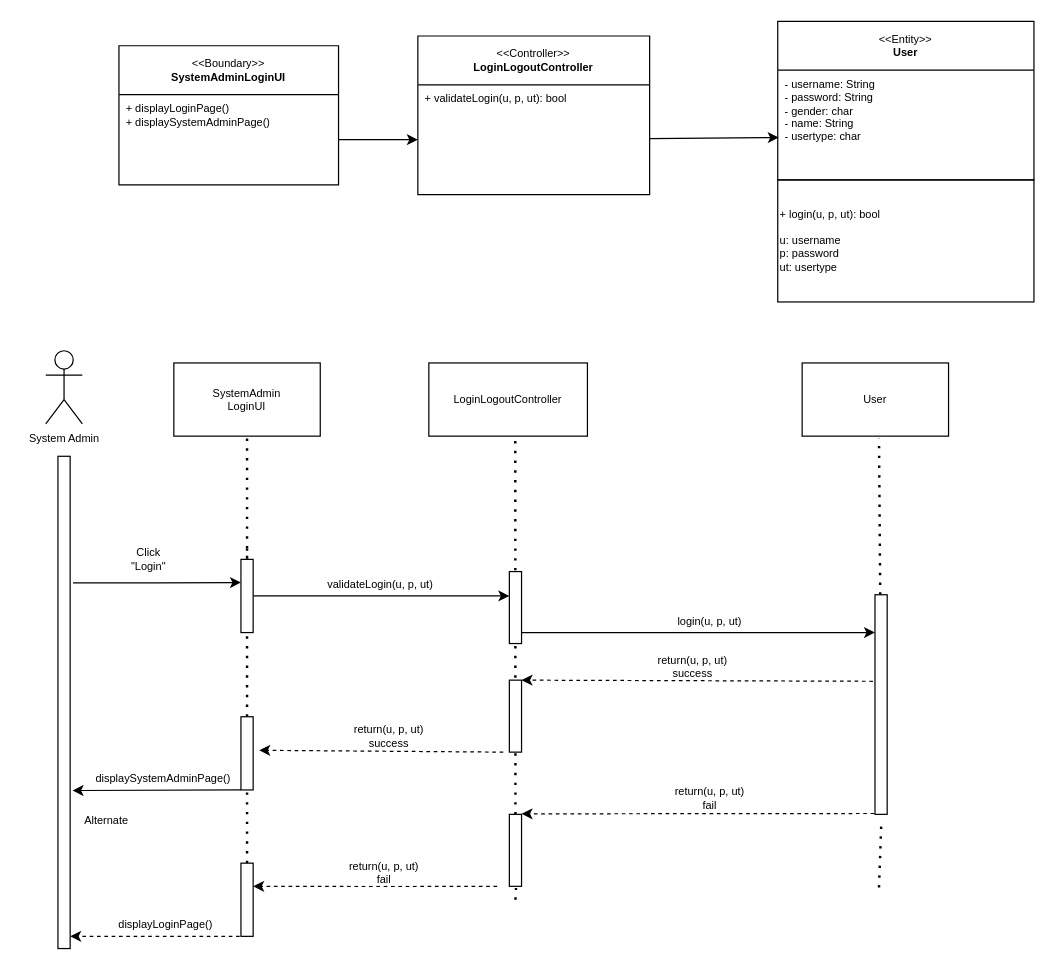
Above: page "SystemAdminLogin" (1 of 8) of BCE.drawio in junrenx/Diagrams (draw.io), before the change. Source tidied: cells renumbered, new cells numbered last; positions are measured from the earlier drawing's top-left corner, leaving out a move shared by most shapes. Both pictures are drawn from the tidied source at 122%, with x=0, y=0 at pixel (45, 21).
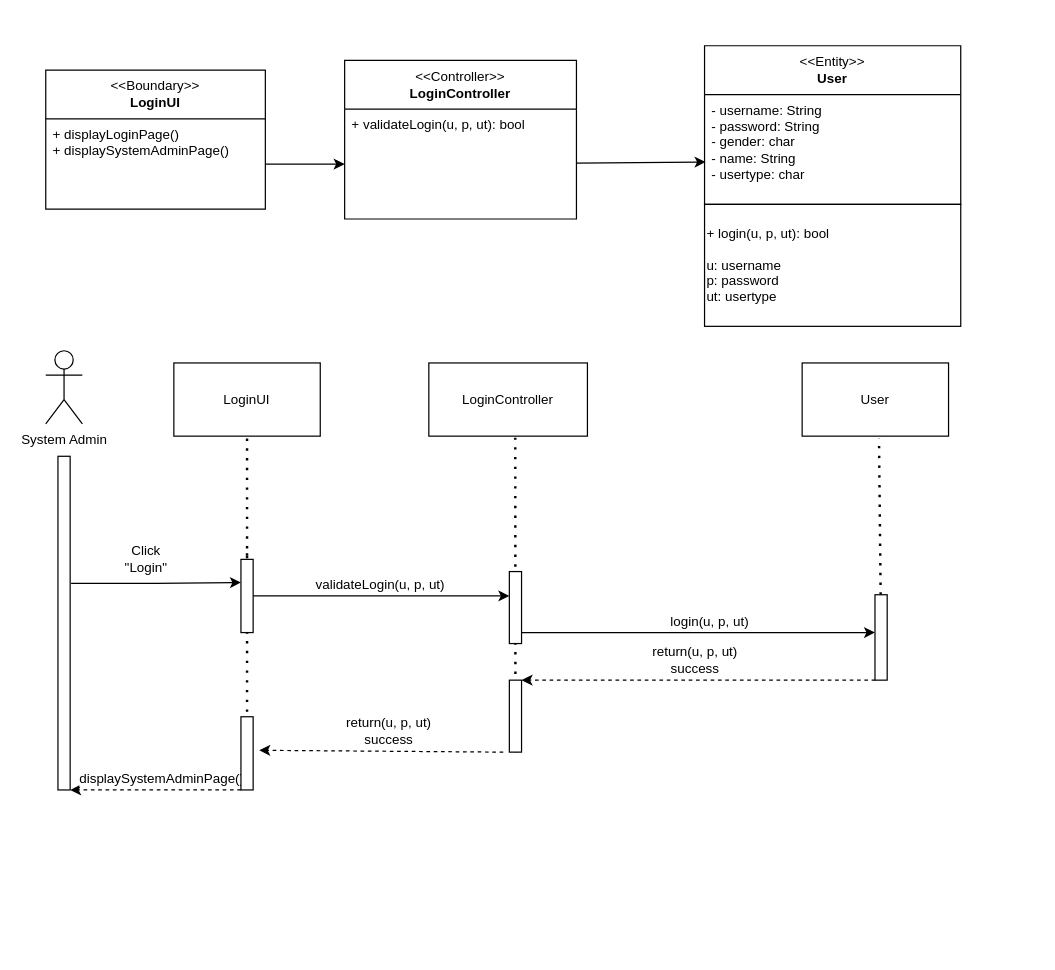
The same page after the edit.

The edit, as a diff of the source:
```diff
@@
-    <mxCell id="2" style="rounded=0;whiteSpace=wrap;html=1;dashed=1;strokeColor=#FFFFFF;fontSize=9;" parent="1" vertex="1">
-      <mxGeometry x="10" y="640" width="680" height="110" as="geometry" />
-    </mxCell>
-    <mxCell id="3" style="endArrow=none;dashed=1;html=1;dashPattern=1 3;strokeWidth=2;rounded=0;fontSize=9;" parent="1" edge="1" source="39">
+    <mxCell id="3" style="endArrow=none;dashed=1;html=1;dashPattern=1 3;strokeWidth=2;rounded=0;fontSize=11;exitX=0.5;exitY=1;exitDx=0;exitDy=0;" parent="1" edge="1" source="33">
       <mxGeometry relative="1" as="geometry">
         <mxPoint x="165" y="430" as="targetPoint" />
       </mxGeometry>
     </mxCell>
-    <mxCell id="4" style="endArrow=none;dashed=1;html=1;dashPattern=1 3;strokeWidth=2;rounded=0;entryX=0.525;entryY=1.03;entryDx=0;entryDy=0;entryPerimeter=0;fontSize=9;" parent="1" edge="1" source="41" target="27">
+    <mxCell id="4" style="endArrow=none;dashed=1;html=1;dashPattern=1 3;strokeWidth=2;rounded=0;entryX=0.525;entryY=1.03;entryDx=0;entryDy=0;entryPerimeter=0;fontSize=11;" parent="1" edge="1" source="41" target="27">
       <mxGeometry relative="1" as="geometry" />
     </mxCell>
-    <mxCell id="5" style="endArrow=none;dashed=1;html=1;dashPattern=1 3;strokeWidth=2;rounded=0;entryX=0.545;entryY=1.023;entryDx=0;entryDy=0;entryPerimeter=0;fontSize=9;" parent="1" edge="1" source="47" target="26">
+    <mxCell id="5" style="endArrow=none;dashed=1;html=1;dashPattern=1 3;strokeWidth=2;rounded=0;entryX=0.545;entryY=1.023;entryDx=0;entryDy=0;entryPerimeter=0;fontSize=11;exitX=0.5;exitY=1;exitDx=0;exitDy=0;" parent="1" edge="1" source="43" target="26">
       <mxGeometry relative="1" as="geometry" />
     </mxCell>
-    <mxCell id="6" style="endArrow=none;dashed=1;html=1;dashPattern=1 3;strokeWidth=2;rounded=0;fontSize=9;" parent="1" edge="1" target="25">
+    <mxCell id="6" style="endArrow=none;dashed=1;html=1;dashPattern=1 3;strokeWidth=2;rounded=0;fontSize=11;" parent="1" edge="1" target="25">
       <mxGeometry relative="1" as="geometry">
         <mxPoint x="165" y="440" as="sourcePoint" />
       </mxGeometry>
     </mxCell>
-    <mxCell id="7" value="&amp;lt;&amp;lt;Boundary&amp;gt;&amp;gt;&lt;br style=&quot;font-size: 9px;&quot;&gt;&lt;b style=&quot;font-size: 9px;&quot;&gt;SystemAdminLoginUI&lt;/b&gt;" style="swimlane;fontStyle=0;horizontal=1;startSize=40;fillColor=none;whiteSpace=wrap;html=1;fontSize=9;" parent="1" vertex="1">
-      <mxGeometry x="60" y="20" width="180" height="114" as="geometry" />
+    <mxCell id="7" value="&amp;lt;&amp;lt;Boundary&amp;gt;&amp;gt;&lt;br style=&quot;font-size: 11px;&quot;&gt;&lt;b style=&quot;font-size: 11px;&quot;&gt;LoginUI&lt;/b&gt;" style="swimlane;fontStyle=0;horizontal=1;startSize=40;fillColor=none;whiteSpace=wrap;html=1;fontSize=11;" parent="1" vertex="1">
+      <mxGeometry y="40" width="180" height="114" as="geometry" />
     </mxCell>
-    <mxCell id="8" value="+ displayLoginPage()&lt;br style=&quot;font-size: 9px;&quot;&gt;+ displaySystemAdminPage()" style="text;strokeColor=none;fillColor=none;align=left;verticalAlign=top;spacingLeft=4;spacingRight=4;overflow=hidden;points=[[0,0.5],[1,0.5]];portConstraint=eastwest;whiteSpace=wrap;html=1;fontSize=9;" parent="7" vertex="1">
+    <mxCell id="8" value="+ displayLoginPage()&lt;br style=&quot;font-size: 11px;&quot;&gt;+ displaySystemAdminPage()" style="text;strokeColor=none;fillColor=none;align=left;verticalAlign=top;spacingLeft=4;spacingRight=4;overflow=hidden;points=[[0,0.5],[1,0.5]];portConstraint=eastwest;whiteSpace=wrap;html=1;fontSize=11;" parent="7" vertex="1">
       <mxGeometry y="40" width="180" height="74" as="geometry" />
     </mxCell>
-    <mxCell id="9" value="&amp;lt;&amp;lt;Controller&amp;gt;&amp;gt;&lt;br style=&quot;font-size: 9px;&quot;&gt;&lt;b style=&quot;font-size: 9px;&quot;&gt;LoginLogoutController&lt;/b&gt;" style="swimlane;fontStyle=0;horizontal=1;startSize=40;fillColor=none;whiteSpace=wrap;html=1;fontSize=9;" parent="1" vertex="1">
-      <mxGeometry x="305" y="12" width="190" height="130" as="geometry" />
+    <mxCell id="9" value="&amp;lt;&amp;lt;Controller&amp;gt;&amp;gt;&lt;br style=&quot;font-size: 11px;&quot;&gt;&lt;b style=&quot;font-size: 11px;&quot;&gt;LoginController&lt;/b&gt;" style="swimlane;fontStyle=0;horizontal=1;startSize=40;fillColor=none;whiteSpace=wrap;html=1;fontSize=11;" parent="1" vertex="1">
+      <mxGeometry x="245" y="32" width="190" height="130" as="geometry" />
     </mxCell>
-    <mxCell id="10" value="+ validateLogin(u, p, ut): bool&lt;br style=&quot;font-size: 9px;&quot;&gt;" style="text;strokeColor=none;fillColor=none;align=left;verticalAlign=top;spacingLeft=4;spacingRight=4;overflow=hidden;points=[[0,0.5],[1,0.5]];portConstraint=eastwest;whiteSpace=wrap;html=1;fontSize=9;" parent="9" vertex="1">
+    <mxCell id="10" value="+ validateLogin(u, p, ut): bool&lt;br style=&quot;font-size: 11px;&quot;&gt;" style="text;strokeColor=none;fillColor=none;align=left;verticalAlign=top;spacingLeft=4;spacingRight=4;overflow=hidden;points=[[0,0.5],[1,0.5]];portConstraint=eastwest;whiteSpace=wrap;html=1;fontSize=11;" parent="9" vertex="1">
       <mxGeometry y="40" width="190" height="90" as="geometry" />
     </mxCell>
-    <mxCell id="11" style="endArrow=classic;html=1;rounded=0;entryX=0;entryY=0.5;entryDx=0;entryDy=0;fontSize=9;" parent="1" edge="1" source="8" target="10">
+    <mxCell id="11" style="endArrow=classic;html=1;rounded=0;entryX=0;entryY=0.5;entryDx=0;entryDy=0;fontSize=11;" parent="1" edge="1" source="8" target="10">
       <mxGeometry relative="1" as="geometry" />
     </mxCell>
-    <mxCell id="12" style="endArrow=classic;html=1;rounded=0;entryX=0.004;entryY=0.614;entryDx=0;entryDy=0;entryPerimeter=0;fontSize=9;" parent="1" edge="1" source="10" target="15">
+    <mxCell id="12" style="endArrow=classic;html=1;rounded=0;entryX=0.004;entryY=0.614;entryDx=0;entryDy=0;entryPerimeter=0;fontSize=11;" parent="1" edge="1" source="10" target="15">
       <mxGeometry relative="1" as="geometry" />
     </mxCell>
-    <mxCell id="13" value="+ login(u, p, ut): bool&lt;br style=&quot;font-size: 9px;&quot;&gt;&lt;br style=&quot;border-color: var(--border-color); font-size: 9px;&quot;&gt;u: username&lt;br style=&quot;border-color: var(--border-color); font-size: 9px;&quot;&gt;p: password&lt;br style=&quot;border-color: var(--border-color); font-size: 9px;&quot;&gt;ut: usertype" style="rounded=0;whiteSpace=wrap;html=1;fillStyle=auto;fillColor=none;align=left;fontSize=9;" parent="1" vertex="1">
-      <mxGeometry x="600" y="130" width="210" height="100" as="geometry" />
+    <mxCell id="13" value="+ login(u, p, ut): bool&lt;br style=&quot;font-size: 11px;&quot;&gt;&lt;br style=&quot;border-color: var(--border-color); font-size: 11px;&quot;&gt;u: username&lt;br style=&quot;border-color: var(--border-color); font-size: 11px;&quot;&gt;p: password&lt;br style=&quot;border-color: var(--border-color); font-size: 11px;&quot;&gt;ut: usertype" style="rounded=0;whiteSpace=wrap;html=1;fillStyle=auto;fillColor=none;align=left;fontSize=11;" parent="1" vertex="1">
+      <mxGeometry x="540" y="150" width="210" height="100" as="geometry" />
     </mxCell>
-    <mxCell id="14" value="&amp;lt;&amp;lt;Entity&amp;gt;&amp;gt;&lt;b style=&quot;font-size: 9px;&quot;&gt;&lt;br style=&quot;font-size: 9px;&quot;&gt;User&lt;br style=&quot;font-size: 9px;&quot;&gt;&lt;/b&gt;" style="swimlane;fontStyle=0;horizontal=1;startSize=40;fillColor=none;whiteSpace=wrap;html=1;fontSize=9;" parent="1" vertex="1">
-      <mxGeometry x="600" width="210" height="130" as="geometry" />
+    <mxCell id="14" value="&amp;lt;&amp;lt;Entity&amp;gt;&amp;gt;&lt;b style=&quot;font-size: 11px;&quot;&gt;&lt;br style=&quot;font-size: 11px;&quot;&gt;User&lt;br style=&quot;font-size: 11px;&quot;&gt;&lt;/b&gt;" style="swimlane;fontStyle=0;horizontal=1;startSize=40;fillColor=none;whiteSpace=wrap;html=1;fontSize=11;" parent="1" vertex="1">
+      <mxGeometry x="540" y="20" width="210" height="130" as="geometry" />
     </mxCell>
-    <mxCell id="15" value="- username: String&lt;br style=&quot;font-size: 9px;&quot;&gt;- password: String&lt;br style=&quot;font-size: 9px;&quot;&gt;- gender: char&lt;br style=&quot;font-size: 9px;&quot;&gt;- name: String&lt;br style=&quot;font-size: 9px;&quot;&gt;- usertype: char" style="text;strokeColor=none;fillColor=none;align=left;verticalAlign=top;spacingLeft=4;spacingRight=4;overflow=hidden;points=[[0,0.5],[1,0.5]];portConstraint=eastwest;whiteSpace=wrap;html=1;fontSize=9;" parent="14" vertex="1">
+    <mxCell id="15" value="- username: String&lt;br style=&quot;font-size: 11px;&quot;&gt;- password: String&lt;br style=&quot;font-size: 11px;&quot;&gt;- gender: char&lt;br style=&quot;font-size: 11px;&quot;&gt;- name: String&lt;br style=&quot;font-size: 11px;&quot;&gt;- usertype: char" style="text;strokeColor=none;fillColor=none;align=left;verticalAlign=top;spacingLeft=4;spacingRight=4;overflow=hidden;points=[[0,0.5],[1,0.5]];portConstraint=eastwest;whiteSpace=wrap;html=1;fontSize=11;" parent="14" vertex="1">
       <mxGeometry y="40" width="210" height="90" as="geometry" />
     </mxCell>
-    <mxCell id="16" style="edgeStyle=orthogonalEdgeStyle;rounded=0;jettySize=auto;html=1;exitX=1.235;exitY=0.257;exitDx=0;exitDy=0;exitPerimeter=0;fontSize=9;" parent="1" edge="1" source="42">
+    <mxCell id="16" style="edgeStyle=orthogonalEdgeStyle;rounded=0;jettySize=auto;html=1;exitX=1.076;exitY=0.381;exitDx=0;exitDy=0;exitPerimeter=0;fontSize=11;" parent="1" edge="1" source="42">
       <mxGeometry relative="1" as="geometry">
         <mxPoint x="160" y="460" as="targetPoint" />
       </mxGeometry>
     </mxCell>
-    <mxCell id="17" value="Click&lt;br style=&quot;font-size: 9px;&quot;&gt;&quot;Login&quot;" style="edgeLabel;html=1;align=center;verticalAlign=middle;fontSize=9;" parent="16" vertex="1">
+    <mxCell id="17" value="Click&lt;br style=&quot;font-size: 11px;&quot;&gt;&quot;Login&quot;" style="edgeLabel;html=1;align=center;verticalAlign=middle;fontSize=11;" parent="16" vertex="1">
       <mxGeometry x="-0.12" relative="1" as="geometry">
         <mxPoint y="-20" as="offset" />
       </mxGeometry>
     </mxCell>
-    <mxCell id="18" value="System Admin" style="shape=umlActor;verticalLabelPosition=bottom;verticalAlign=top;html=1;fontSize=9;" parent="1" vertex="1">
+    <mxCell id="18" value="System Admin" style="shape=umlActor;verticalLabelPosition=bottom;verticalAlign=top;html=1;fontSize=11;" parent="1" vertex="1">
       <mxGeometry y="270" width="30" height="60" as="geometry" />
     </mxCell>
-    <mxCell id="19" style="edgeStyle=orthogonalEdgeStyle;rounded=0;jettySize=auto;html=1;fontSize=9;" parent="1" edge="1" source="21" target="24">
+    <mxCell id="19" style="edgeStyle=orthogonalEdgeStyle;rounded=0;jettySize=auto;html=1;fontSize=11;" parent="1" edge="1" source="21" target="24">
       <mxGeometry relative="1" as="geometry">
         <Array as="points">
           <mxPoint x="390" y="471" />
           <mxPoint x="390" y="471" />
         </Array>
       </mxGeometry>
     </mxCell>
-    <mxCell id="20" value="validateLogin(u, p, ut)" style="edgeLabel;html=1;align=center;verticalAlign=middle;fontSize=9;" parent="19" vertex="1">
+    <mxCell id="20" value="validateLogin(u, p, ut)" style="edgeLabel;html=1;align=center;verticalAlign=middle;fontSize=11;" parent="19" vertex="1">
       <mxGeometry x="-0.02" y="1" relative="1" as="geometry">
         <mxPoint y="-9" as="offset" />
       </mxGeometry>
     </mxCell>
-    <mxCell id="21" style="whiteSpace=wrap;html=1;verticalAlign=top;fontSize=9;" parent="1" vertex="1">
+    <mxCell id="21" style="whiteSpace=wrap;html=1;verticalAlign=top;fontSize=11;" parent="1" vertex="1">
       <mxGeometry x="160" y="441" width="10" height="60" as="geometry" />
     </mxCell>
-    <mxCell id="22" style="edgeStyle=orthogonalEdgeStyle;rounded=0;jettySize=auto;html=1;entryX=-0.105;entryY=0.171;entryDx=0;entryDy=0;entryPerimeter=0;exitX=1;exitY=0.831;exitDx=0;exitDy=0;exitPerimeter=0;fontSize=9;" parent="1" edge="1" source="24">
+    <mxCell id="22" style="edgeStyle=orthogonalEdgeStyle;rounded=0;jettySize=auto;html=1;entryX=-0.105;entryY=0.171;entryDx=0;entryDy=0;entryPerimeter=0;exitX=1;exitY=0.831;exitDx=0;exitDy=0;exitPerimeter=0;fontSize=11;" parent="1" edge="1" source="24">
       <mxGeometry relative="1" as="geometry">
         <mxPoint x="679.7" y="501" as="targetPoint" />
         <Array as="points">
           <mxPoint x="680" y="500" />
         </Array>
       </mxGeometry>
     </mxCell>
-    <mxCell id="23" value="login(u, p, ut)" style="edgeLabel;html=1;align=center;verticalAlign=middle;fontSize=9;" parent="22" vertex="1">
+    <mxCell id="23" value="login(u, p, ut)" style="edgeLabel;html=1;align=center;verticalAlign=middle;fontSize=11;" parent="22" vertex="1">
       <mxGeometry x="0.2" y="-2" relative="1" as="geometry">
         <mxPoint x="-21" y="-12" as="offset" />
       </mxGeometry>
     </mxCell>
-    <mxCell id="24" style="whiteSpace=wrap;html=1;verticalAlign=top;fontSize=9;" parent="1" vertex="1">
+    <mxCell id="24" style="whiteSpace=wrap;html=1;verticalAlign=top;fontSize=11;" parent="1" vertex="1">
       <mxGeometry x="380" y="451" width="10" height="59" as="geometry" />
     </mxCell>
-    <mxCell id="25" value="SystemAdmin&lt;br style=&quot;font-size: 9px;&quot;&gt;LoginUI" style="rounded=0;whiteSpace=wrap;html=1;fontSize=9;" parent="1" vertex="1">
+    <mxCell id="25" value="LoginUI" style="rounded=0;whiteSpace=wrap;html=1;fontSize=11;" parent="1" vertex="1">
       <mxGeometry x="105" y="280" width="120" height="60" as="geometry" />
     </mxCell>
-    <mxCell id="26" value="LoginLogoutController" style="rounded=0;whiteSpace=wrap;html=1;fontSize=9;" parent="1" vertex="1">
+    <mxCell id="26" value="LoginController" style="rounded=0;whiteSpace=wrap;html=1;fontSize=11;" parent="1" vertex="1">
       <mxGeometry x="314" y="280" width="130" height="60" as="geometry" />
     </mxCell>
-    <mxCell id="27" value="User" style="rounded=0;whiteSpace=wrap;html=1;fontSize=9;" parent="1" vertex="1">
+    <mxCell id="27" value="User" style="rounded=0;whiteSpace=wrap;html=1;fontSize=11;" parent="1" vertex="1">
       <mxGeometry x="620" y="280" width="120" height="60" as="geometry" />
     </mxCell>
-    <mxCell id="28" style="endArrow=classic;html=1;rounded=0;exitX=-0.172;exitY=0.394;exitDx=0;exitDy=0;exitPerimeter=0;entryX=1.343;entryY=0.553;entryDx=0;entryDy=0;entryPerimeter=0;dashed=1;fontSize=9;" parent="1" edge="1" source="41">
+    <mxCell id="28" style="endArrow=classic;html=1;rounded=0;entryX=1.343;entryY=0.553;entryDx=0;entryDy=0;entryPerimeter=0;dashed=1;fontSize=11;" parent="1" edge="1">
       <mxGeometry relative="1" as="geometry">
+        <mxPoint x="680" y="540" as="sourcePoint" />
         <mxPoint x="390" y="540" as="targetPoint" />
       </mxGeometry>
     </mxCell>
-    <mxCell id="29" value="return(u, p, ut)&lt;br&gt;success" style="edgeLabel;html=1;align=center;verticalAlign=middle;fontSize=9;" parent="28" vertex="1">
+    <mxCell id="29" value="return(u, p, ut)&lt;br style=&quot;font-size: 11px;&quot;&gt;success" style="edgeLabel;html=1;align=center;verticalAlign=middle;fontSize=11;" parent="28" vertex="1">
       <mxGeometry x="-0.06" y="1" relative="1" as="geometry">
-        <mxPoint x="-13" y="-13" as="offset" />
+        <mxPoint x="-13" y="-18" as="offset" />
       </mxGeometry>
     </mxCell>
-    <mxCell id="30" style="endArrow=classic;html=1;rounded=0;exitX=-0.103;exitY=0.863;exitDx=0;exitDy=0;exitPerimeter=0;entryX=1.2;entryY=0.679;entryDx=0;entryDy=0;entryPerimeter=0;fontSize=9;" parent="1" edge="1" target="42">
+    <mxCell id="30" style="endArrow=classic;html=1;rounded=0;exitX=-0.103;exitY=0.863;exitDx=0;exitDy=0;exitPerimeter=0;entryX=1;entryY=1;entryDx=0;entryDy=0;fontSize=11;dashed=1;" parent="1" edge="1" target="42">
       <mxGeometry relative="1" as="geometry">
         <mxPoint x="160" y="630" as="sourcePoint" />
       </mxGeometry>
     </mxCell>
-    <mxCell id="31" value="displaySystemAdminPage()" style="edgeLabel;html=1;align=center;verticalAlign=middle;fontSize=9;" parent="30" vertex="1">
+    <mxCell id="31" value="displaySystemAdminPage()" style="edgeLabel;html=1;align=center;verticalAlign=middle;fontSize=11;" parent="30" vertex="1">
       <mxGeometry x="-0.06" y="1" relative="1" as="geometry">
         <mxPoint y="-11" as="offset" />
       </mxGeometry>
     </mxCell>
-    <mxCell id="32" style="endArrow=none;dashed=1;html=1;dashPattern=1 3;strokeWidth=2;rounded=0;fontSize=9;" parent="1" edge="1" target="33">
+    <mxCell id="32" style="endArrow=none;dashed=1;html=1;dashPattern=1 3;strokeWidth=2;rounded=0;fontSize=11;" parent="1" edge="1" target="33">
       <mxGeometry relative="1" as="geometry">
         <mxPoint x="165" y="630" as="sourcePoint" />
       </mxGeometry>
     </mxCell>
-    <mxCell id="33" style="whiteSpace=wrap;html=1;verticalAlign=top;fontSize=9;" parent="1" vertex="1">
+    <mxCell id="33" style="whiteSpace=wrap;html=1;verticalAlign=top;fontSize=11;" parent="1" vertex="1">
       <mxGeometry x="160" y="570" width="10" height="60" as="geometry" />
     </mxCell>
-    <mxCell id="34" style="endArrow=classic;html=1;rounded=0;exitX=-0.01;exitY=0.579;exitDx=0;exitDy=0;exitPerimeter=0;entryX=1.057;entryY=0.604;entryDx=0;entryDy=0;entryPerimeter=0;dashed=1;fontSize=9;" parent="1" edge="1">
-      <mxGeometry relative="1" as="geometry">
-        <mxPoint x="679.1" y="649.3" as="sourcePoint" />
-        <mxPoint x="390" y="649.6" as="targetPoint" />
-      </mxGeometry>
-    </mxCell>
-    <mxCell id="35" value="return(u, p, ut)&lt;br style=&quot;border-color: var(--border-color);&quot;&gt;fail" style="edgeLabel;html=1;align=center;verticalAlign=middle;fontSize=9;" parent="34" vertex="1">
-      <mxGeometry x="-0.06" y="1" relative="1" as="geometry">
-        <mxPoint y="-14" as="offset" />
-      </mxGeometry>
-    </mxCell>
-    <mxCell id="36" style="endArrow=classic;html=1;rounded=0;dashed=1;fontSize=9;" parent="1" edge="1">
-      <mxGeometry relative="1" as="geometry">
-        <mxPoint x="165" y="750" as="sourcePoint" />
-        <mxPoint x="20" y="750" as="targetPoint" />
-      </mxGeometry>
-    </mxCell>
-    <mxCell id="37" value="displayLoginPage()" style="edgeLabel;html=1;align=center;verticalAlign=middle;fontSize=9;" parent="36" vertex="1">
-      <mxGeometry x="-0.06" y="1" relative="1" as="geometry">
-        <mxPoint y="-11" as="offset" />
-      </mxGeometry>
-    </mxCell>
-    <mxCell id="38" style="endArrow=none;dashed=1;html=1;dashPattern=1 3;strokeWidth=2;rounded=0;fontSize=9;" parent="1" edge="1" target="39">
-      <mxGeometry relative="1" as="geometry">
-        <mxPoint x="165" y="710" as="sourcePoint" />
-      </mxGeometry>
-    </mxCell>
-    <mxCell id="39" style="whiteSpace=wrap;html=1;verticalAlign=top;fontSize=9;" parent="1" vertex="1">
-      <mxGeometry x="160" y="690" width="10" height="60" as="geometry" />
-    </mxCell>
-    <mxCell id="40" style="endArrow=none;dashed=1;html=1;dashPattern=1 3;strokeWidth=2;rounded=0;entryX=0.525;entryY=1.03;entryDx=0;entryDy=0;entryPerimeter=0;fontSize=9;" parent="1" edge="1" target="41">
-      <mxGeometry relative="1" as="geometry">
-        <mxPoint x="683" y="710" as="sourcePoint" />
-      </mxGeometry>
-    </mxCell>
-    <mxCell id="41" style="whiteSpace=wrap;html=1;verticalAlign=top;fontSize=9;" parent="1" vertex="1">
-      <mxGeometry x="679.7" y="470" width="10" height="180" as="geometry" />
+    <mxCell id="41" style="whiteSpace=wrap;html=1;verticalAlign=top;fontSize=11;" parent="1" vertex="1">
+      <mxGeometry x="679.7" y="470" width="10" height="70" as="geometry" />
     </mxCell>
-    <mxCell id="42" style="whiteSpace=wrap;html=1;verticalAlign=top;fontSize=9;" parent="1" vertex="1">
-      <mxGeometry x="10" y="356.5" width="10" height="403.5" as="geometry" />
+    <mxCell id="42" style="whiteSpace=wrap;html=1;verticalAlign=top;fontSize=11;" parent="1" vertex="1">
+      <mxGeometry x="10" y="356.5" width="10" height="273.5" as="geometry" />
     </mxCell>
-    <mxCell id="43" style="whiteSpace=wrap;html=1;verticalAlign=top;fontSize=9;" parent="1" vertex="1">
+    <mxCell id="43" style="whiteSpace=wrap;html=1;verticalAlign=top;fontSize=11;" parent="1" vertex="1">
       <mxGeometry x="380" y="540" width="10" height="59" as="geometry" />
     </mxCell>
-    <mxCell id="44" style="endArrow=classic;html=1;rounded=0;entryX=1.343;entryY=0.553;entryDx=0;entryDy=0;entryPerimeter=0;dashed=1;fontSize=9;" parent="1" edge="1">
+    <mxCell id="44" style="endArrow=classic;html=1;rounded=0;entryX=1.343;entryY=0.553;entryDx=0;entryDy=0;entryPerimeter=0;dashed=1;fontSize=11;" parent="1" edge="1">
       <mxGeometry relative="1" as="geometry">
         <mxPoint x="375" y="599" as="sourcePoint" />
         <mxPoint x="175" y="597.5" as="targetPoint" />
       </mxGeometry>
     </mxCell>
-    <mxCell id="45" value="return(u, p, ut)&lt;br style=&quot;border-color: var(--border-color);&quot;&gt;success" style="edgeLabel;html=1;align=center;verticalAlign=middle;fontSize=9;" parent="44" vertex="1">
+    <mxCell id="45" value="return(u, p, ut)&lt;br style=&quot;border-color: var(--border-color); font-size: 11px;&quot;&gt;success" style="edgeLabel;html=1;align=center;verticalAlign=middle;fontSize=11;" parent="44" vertex="1">
       <mxGeometry x="-0.06" y="1" relative="1" as="geometry">
-        <mxPoint y="-14" as="offset" />
+        <mxPoint y="-18" as="offset" />
       </mxGeometry>
     </mxCell>
-    <mxCell id="46" style="endArrow=none;dashed=1;html=1;dashPattern=1 3;strokeWidth=2;rounded=0;entryX=0.545;entryY=1.023;entryDx=0;entryDy=0;entryPerimeter=0;fontSize=9;" parent="1" edge="1" target="47">
-      <mxGeometry relative="1" as="geometry">
-        <mxPoint x="385" y="720" as="sourcePoint" />
-      </mxGeometry>
-    </mxCell>
-    <mxCell id="47" style="whiteSpace=wrap;html=1;verticalAlign=top;fontSize=9;" parent="1" vertex="1">
-      <mxGeometry x="380" y="650" width="10" height="59" as="geometry" />
-    </mxCell>
-    <mxCell id="48" style="endArrow=classic;html=1;rounded=0;exitX=-0.01;exitY=0.579;exitDx=0;exitDy=0;exitPerimeter=0;dashed=1;fontSize=9;" parent="1" edge="1">
-      <mxGeometry relative="1" as="geometry">
-        <mxPoint x="370" y="709" as="sourcePoint" />
-        <mxPoint x="170" y="709" as="targetPoint" />
-      </mxGeometry>
-    </mxCell>
-    <mxCell id="49" value="return(u, p, ut)&lt;br style=&quot;border-color: var(--border-color);&quot;&gt;fail" style="edgeLabel;html=1;align=center;verticalAlign=middle;fontSize=9;" parent="48" vertex="1">
-      <mxGeometry x="-0.06" y="1" relative="1" as="geometry">
-        <mxPoint y="-13" as="offset" />
-      </mxGeometry>
-    </mxCell>
-    <mxCell id="50" value="Alternate" style="text;html=1;strokeColor=none;fillColor=none;align=center;verticalAlign=middle;whiteSpace=wrap;rounded=0;fontSize=9;" parent="1" vertex="1">
-      <mxGeometry x="20" y="640" width="60" height="30" as="geometry" />
-    </mxCell>
```
